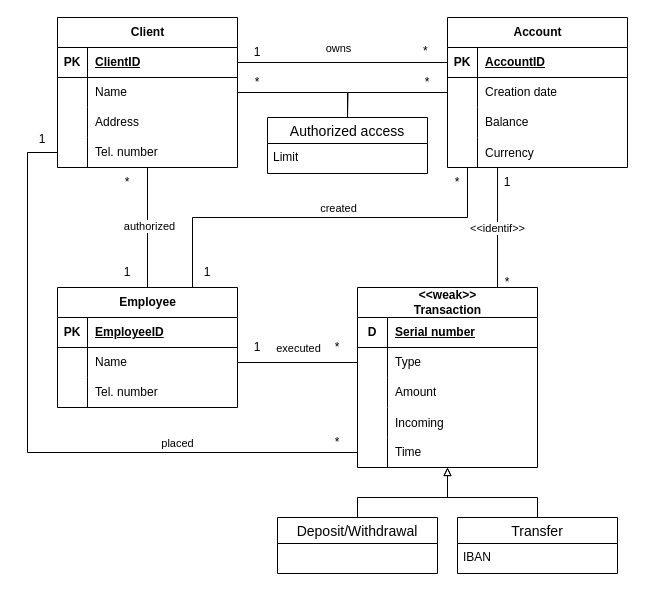
This is erd.drawio from Marek324/butfit-ids, a draw.io file, before an edit. Source tidied: cells renumbered, new cells numbered last; positions are measured from the earlier drawing's top-left corner, leaving out a move shared by most shapes. Both pictures are drawn from the tidied source at 100%, with x=0, y=0 at pixel (17, 17).
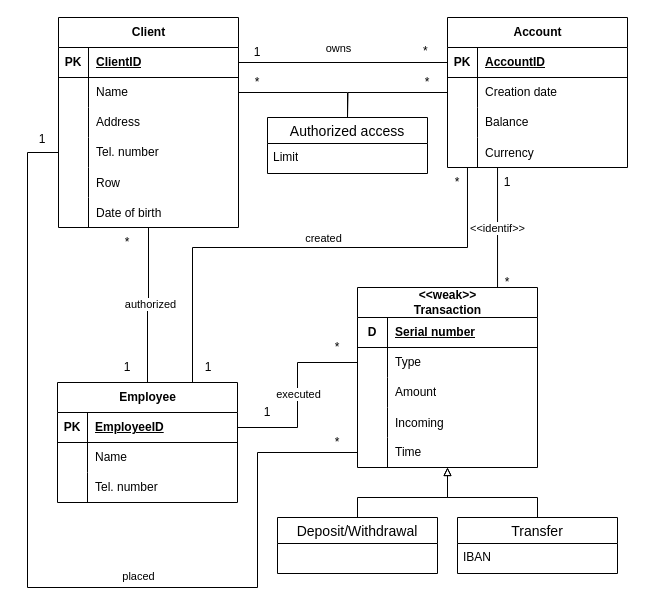
Above is the later version.

Unchanged cells that the change refers to:
```xml
<mxCell id="12" style="shape=tableRow;horizontal=0;startSize=0;swimlaneHead=0;swimlaneBody=0;fillColor=none;points=[[0,0.5],[1,0.5]];portConstraint=eastwest;top=0;left=0;right=0;bottom=0;" parent="2" vertex="1">
  <mxGeometry y="120" width="180" height="30" as="geometry" />
</mxCell>
<mxCell id="25" style="shape=tableRow;horizontal=0;startSize=0;swimlaneHead=0;swimlaneBody=0;fillColor=none;points=[[0,0.5],[1,0.5]];portConstraint=eastwest;top=0;left=0;right=0;bottom=0;" parent="15" vertex="1">
  <mxGeometry y="120" width="180" height="30" as="geometry" />
</mxCell>
<mxCell id="38" style="shape=tableRow;horizontal=0;startSize=0;swimlaneHead=0;swimlaneBody=0;fillColor=none;points=[[0,0.5],[1,0.5]];portConstraint=eastwest;top=0;left=0;right=0;bottom=0;" parent="34" vertex="1">
  <mxGeometry y="60" width="180" height="30" as="geometry" />
</mxCell>
<mxCell id="47" style="shape=tableRow;horizontal=0;startSize=0;swimlaneHead=0;swimlaneBody=0;fillColor=none;points=[[0,0.5],[1,0.5]];portConstraint=eastwest;top=0;left=0;right=0;bottom=0;" parent="34" vertex="1">
  <mxGeometry y="150" width="180" height="30" as="geometry" />
</mxCell>
<mxCell id="54" style="shape=tableRow;horizontal=0;startSize=0;swimlaneHead=0;swimlaneBody=0;fillColor=none;points=[[0,0.5],[1,0.5]];portConstraint=eastwest;top=0;left=0;right=0;bottom=0;" parent="50" vertex="1">
  <mxGeometry y="60" width="180" height="30" as="geometry" />
</mxCell>
```

Diff of the diagram source:
```diff
@@
     <mxCell id="2" value="Client" style="shape=table;startSize=30;childLayout=tableLayout;rowLines=0;fontStyle=1;align=center;html=1;" parent="1" vertex="1">
-      <mxGeometry x="40" width="180" height="150" as="geometry" />
+      <mxGeometry x="41" width="180" height="210" as="geometry" />
     </mxCell>
@@
+    <mxCell id="89" style="shape=tableRow;horizontal=0;startSize=0;swimlaneHead=0;swimlaneBody=0;fillColor=none;top=0;left=0;right=0;bottom=0;" parent="2" vertex="1">
+      <mxGeometry y="150" width="180" height="30" as="geometry" />
+    </mxCell>
+    <mxCell id="90" style="shape=partialRectangle;fillColor=none;top=0;left=0;bottom=0;right=0;overflow=hidden;" parent="89" vertex="1">
+      <mxGeometry width="30" height="30" as="geometry" />
+    </mxCell>
+    <mxCell id="91" value="Row" style="shape=partialRectangle;fillColor=none;top=0;left=0;bottom=0;right=0;align=left;spacingLeft=6;overflow=hidden;" parent="89" vertex="1">
+      <mxGeometry x="30" width="150" height="30" as="geometry" />
+    </mxCell>
+    <mxCell id="92" style="shape=tableRow;horizontal=0;startSize=0;swimlaneHead=0;swimlaneBody=0;fillColor=none;points=[[0,0.5],[1,0.5]];portConstraint=eastwest;top=0;left=0;right=0;bottom=0;" parent="2" vertex="1">
+      <mxGeometry y="180" width="180" height="30" as="geometry" />
+    </mxCell>
+    <mxCell id="93" style="shape=partialRectangle;fillColor=none;top=0;left=0;bottom=0;right=0;overflow=hidden;" parent="92" vertex="1">
+      <mxGeometry width="30" height="30" as="geometry" />
+    </mxCell>
+    <mxCell id="94" value="Date of birth" style="shape=partialRectangle;fillColor=none;top=0;left=0;bottom=0;right=0;align=left;spacingLeft=6;overflow=hidden;" parent="92" vertex="1">
+      <mxGeometry x="30" width="150" height="30" as="geometry" />
+    </mxCell>
@@
     <mxCell id="50" value="Employee" style="shape=table;startSize=30;childLayout=tableLayout;rowLines=0;fontStyle=1;align=center;html=1;" parent="1" vertex="1">
-      <mxGeometry x="40" y="270" width="180" height="120" as="geometry" />
+      <mxGeometry x="40" y="365" width="180" height="120" as="geometry" />
     </mxCell>
@@
     <mxCell id="60" style="edgeStyle=orthogonalEdgeStyle;rounded=0;jettySize=auto;html=1;exitX=1;exitY=0.5;exitDx=0;exitDy=0;entryX=0;entryY=0.5;entryDx=0;entryDy=0;endArrow=none;endFill=0;" parent="1" edge="1" source="54" target="38">
-      <mxGeometry relative="1" as="geometry" />
+      <mxGeometry relative="1" as="geometry">
+        <Array as="points">
+          <mxPoint x="220" y="410" />
+          <mxPoint x="280" y="410" />
+          <mxPoint x="280" y="345" />
+        </Array>
+      </mxGeometry>
     </mxCell>
     <mxCell id="61" value="executed" style="edgeLabel;html=1;align=center;verticalAlign=middle;" parent="60" vertex="1">
       <mxGeometry x="0.12" y="-2" relative="1" as="geometry">
-        <mxPoint x="-7" y="-17" as="offset" />
+        <mxPoint x="-2" y="-4" as="offset" />
       </mxGeometry>
     </mxCell>
@@
     <mxCell id="72" value="1" style="text;html=1;align=center;verticalAlign=middle;whiteSpace=wrap;rounded=0;" parent="1" vertex="1">
-      <mxGeometry x="210" y="315" width="60" height="30" as="geometry" />
+      <mxGeometry x="220" y="380" width="60" height="30" as="geometry" />
     </mxCell>
@@
-    <mxCell id="75" style="edgeStyle=orthogonalEdgeStyle;rounded=0;jettySize=auto;html=1;exitX=0.5;exitY=0;exitDx=0;exitDy=0;endArrow=none;startFill=0;entryX=0.5;entryY=1;entryDx=0;entryDy=0;entryPerimeter=0;" parent="1" edge="1" source="50" target="12">
+    <mxCell id="75" style="edgeStyle=orthogonalEdgeStyle;rounded=0;jettySize=auto;html=1;exitX=0.5;exitY=0;exitDx=0;exitDy=0;endArrow=none;startFill=0;entryX=0.5;entryY=1;entryDx=0;entryDy=0;entryPerimeter=0;" parent="1" edge="1" source="50" target="92">
       <mxGeometry relative="1" as="geometry" />
     </mxCell>
@@
     <mxCell id="77" value="1" style="text;html=1;align=center;verticalAlign=middle;whiteSpace=wrap;rounded=0;" parent="1" vertex="1">
-      <mxGeometry x="80" y="240" width="60" height="30" as="geometry" />
+      <mxGeometry x="80" y="335" width="60" height="30" as="geometry" />
     </mxCell>
     <mxCell id="78" value="1" style="text;html=1;align=center;verticalAlign=middle;whiteSpace=wrap;rounded=0;" parent="1" vertex="1">
-      <mxGeometry x="160" y="240" width="60" height="30" as="geometry" />
+      <mxGeometry x="161" y="335" width="60" height="30" as="geometry" />
     </mxCell>
     <mxCell id="79" style="edgeStyle=orthogonalEdgeStyle;rounded=0;jettySize=auto;html=1;exitX=0.75;exitY=0;exitDx=0;exitDy=0;entryX=0.111;entryY=1;entryDx=0;entryDy=0;entryPerimeter=0;endArrow=none;startFill=0;" parent="1" edge="1" source="50" target="25">
       <mxGeometry relative="1" as="geometry">
         <Array as="points">
-          <mxPoint x="175" y="200" />
-          <mxPoint x="450" y="200" />
+          <mxPoint x="175" y="230" />
+          <mxPoint x="450" y="230" />
         </Array>
       </mxGeometry>
     </mxCell>
@@
     <mxCell id="84" value="*" style="text;html=1;align=center;verticalAlign=middle;whiteSpace=wrap;rounded=0;" parent="1" vertex="1">
-      <mxGeometry x="80" y="150" width="60" height="30" as="geometry" />
+      <mxGeometry x="80" y="210" width="60" height="30" as="geometry" />
     </mxCell>
     <mxCell id="85" style="edgeStyle=orthogonalEdgeStyle;rounded=0;jettySize=auto;html=1;exitX=0;exitY=0.5;exitDx=0;exitDy=0;entryX=0;entryY=0.5;entryDx=0;entryDy=0;endArrow=none;startFill=0;" parent="1" edge="1" source="12" target="47">
       <mxGeometry relative="1" as="geometry">
         <Array as="points">
           <mxPoint x="10" y="135" />
-          <mxPoint x="10" y="435" />
+          <mxPoint x="10" y="570" />
+          <mxPoint x="240" y="570" />
+          <mxPoint x="240" y="435" />
         </Array>
       </mxGeometry>
     </mxCell>
     <mxCell id="86" value="&lt;div&gt;placed&lt;/div&gt;" style="edgeLabel;html=1;align=center;verticalAlign=middle;" parent="85" vertex="1">
       <mxGeometry x="0.52" y="-1" relative="1" as="geometry">
-        <mxPoint x="-23" y="-11" as="offset" />
+        <mxPoint x="-121" as="offset" />
       </mxGeometry>
     </mxCell>
```
